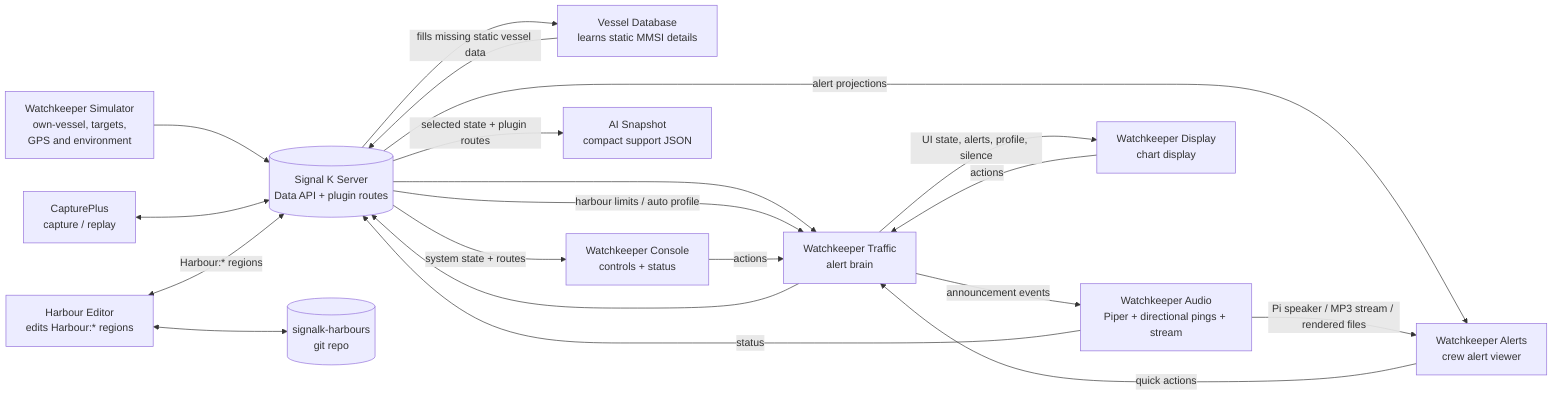
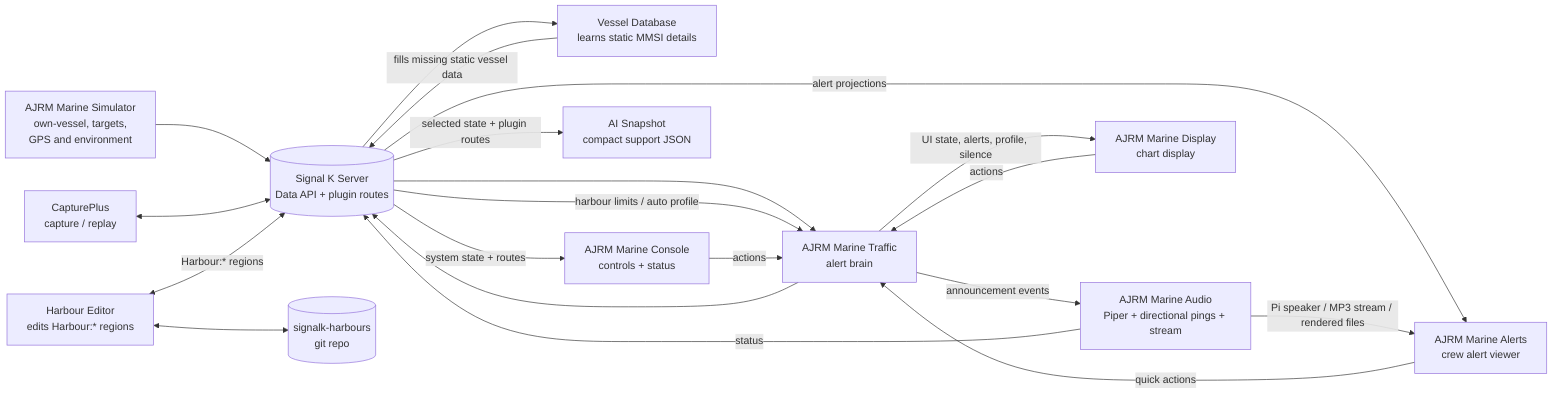
flowchart LR
  SignalK[("Signal K Server\nData API + plugin routes")]

-   AIS["Watchkeeper Traffic\nalert brain"]
+   AIS["AJRM Marine Traffic\nalert brain"]
  DB["Vessel Database\nlearns static MMSI details"]
-   Audio["Watchkeeper Audio\nPiper + directional pings + stream"]
-   Display["Watchkeeper Display\nchart display"]
-   Console["Watchkeeper Console\ncontrols + status"]
-   Alerts["Watchkeeper Alerts\ncrew alert viewer"]
+   Audio["AJRM Marine Audio\nPiper + directional pings + stream"]
+   Display["AJRM Marine Display\nchart display"]
+   Console["AJRM Marine Console\ncontrols + status"]
+   Alerts["AJRM Marine Alerts\ncrew alert viewer"]
  Snapshot["AI Snapshot\ncompact support JSON"]
  Harbour["Harbour Editor\nedits Harbour:* regions"]
  Harbours[("signalk-harbours\ngit repo")]
  Capture["CapturePlus\ncapture / replay"]
-   Sim["Watchkeeper Simulator\nown-vessel, targets,\nGPS and environment"]
+   Sim["AJRM Marine Simulator\nown-vessel, targets,\nGPS and environment"]

  Sim --> SignalK
  Capture <--> SignalK

  SignalK --> AIS
  AIS --> SignalK

  SignalK --> DB
  DB -->|"fills missing static vessel data"| SignalK

  Harbour <-->|"Harbour:* regions"| SignalK
  Harbour <--> Harbours
  SignalK -->|"harbour limits / auto profile"| AIS

  AIS -->|"UI state, alerts, profile, silence"| Display
  Display -->|"actions"| AIS
  SignalK -->|"system state + routes"| Console
  Console -->|"actions"| AIS
  SignalK -->|"alert projections"| Alerts
  Alerts -->|"quick actions"| AIS
  SignalK -->|"selected state + plugin routes"| Snapshot

  AIS -->|"announcement events"| Audio
  Audio -->|"status"| SignalK
  Audio -->|"Pi speaker / MP3 stream / rendered files"| Alerts
